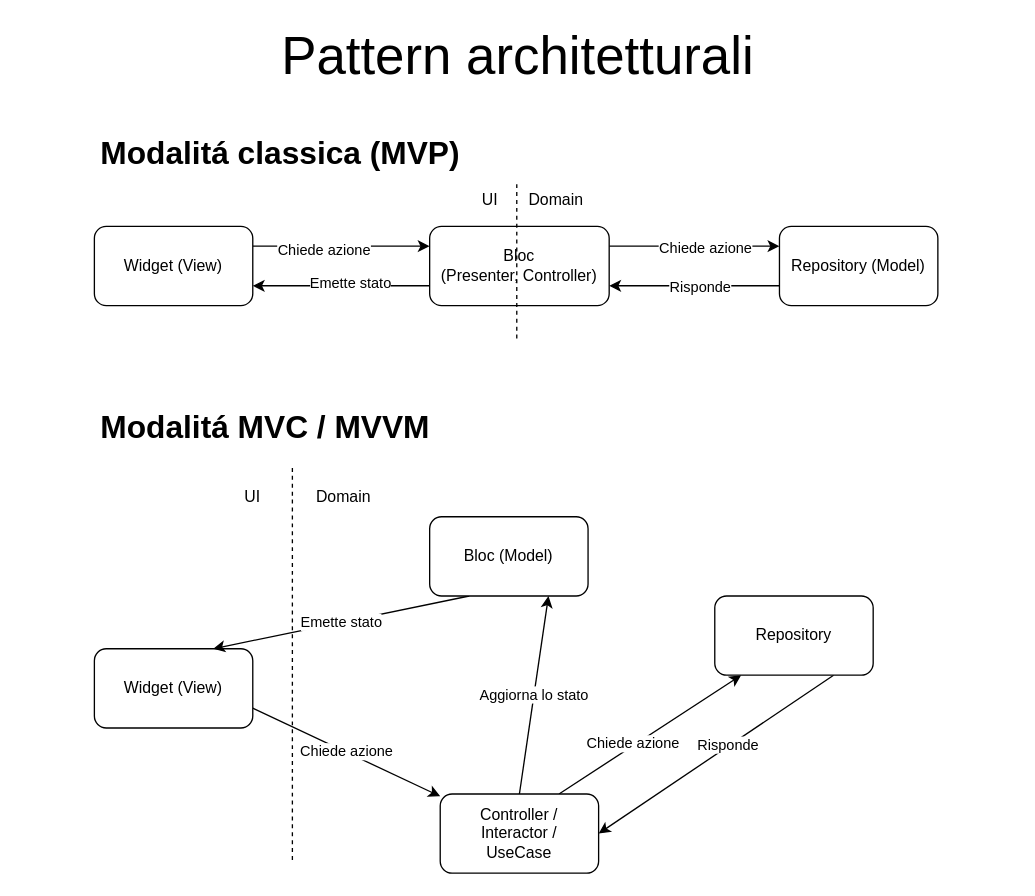
Before: tips/bloc-repository-widget.drawio in lorenzo-miuccio/weather-app-flutter, a draw.io diagram. Source tidied: cells renumbered, new cells numbered last; positions are measured from the earlier drawing's top-left corner, leaving out a move shared by most shapes. Both pictures are drawn from the tidied source at 132%, with x=0, y=0 at pixel (22, 34).
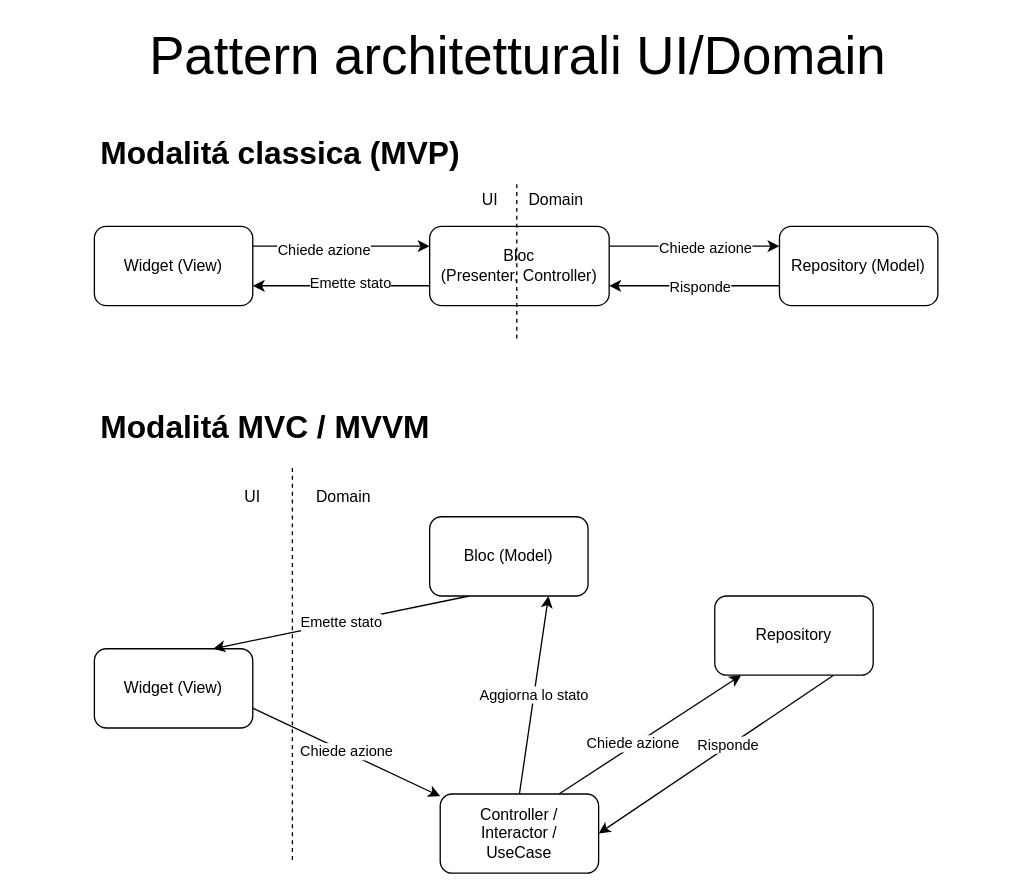
The same page after the edit.

Commit message:
update tips drawio ui/domain architectural patterns

What changed in the source:
```diff
@@
-    <mxCell id="32" value="&lt;font style=&quot;font-size: 40px&quot;&gt;Pattern architetturali&lt;/font&gt;" style="text;html=1;strokeColor=none;fillColor=none;align=center;verticalAlign=middle;whiteSpace=wrap;rounded=0;" parent="1" vertex="1">
+    <mxCell id="32" value="&lt;font style=&quot;font-size: 40px&quot;&gt;Pattern architetturali UI/Domain&lt;/font&gt;" style="text;html=1;strokeColor=none;fillColor=none;align=center;verticalAlign=middle;whiteSpace=wrap;rounded=0;" parent="1" vertex="1">
       <mxGeometry width="750" height="30" as="geometry" />
     </mxCell>
```
